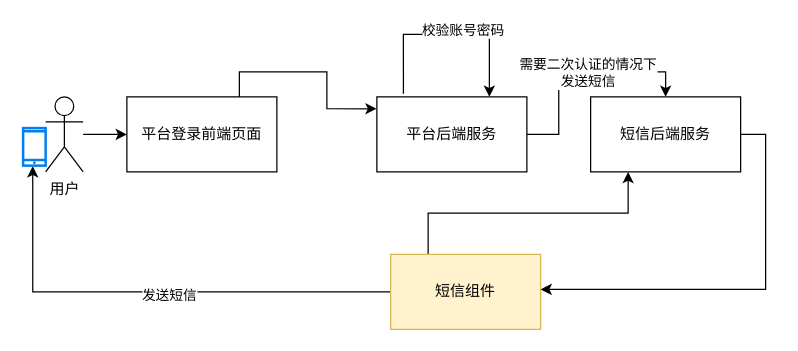
Above: page "4A" (2 of 2) of 未命名绘图.drawio in 158698706/tt4a (draw.io), before the change. Source tidied: cells renumbered, new cells numbered last; positions are measured from the earlier drawing's top-left corner, leaving out a move shared by most shapes. Both pictures are drawn from the tidied source at 125%, with x=0, y=0 at pixel (22, 34).
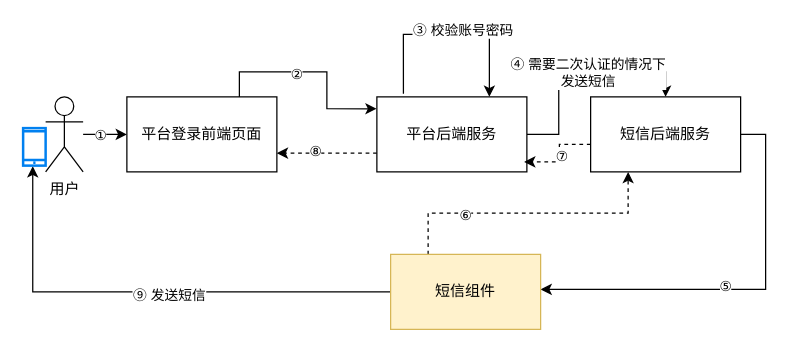
The same page after the edit.

Commit message:
更新未命名绘图.drawio

Unchanged cells that the change refers to:
```xml
<mxCell id="2" style="edgeStyle=orthogonalEdgeStyle;rounded=0;jettySize=auto;html=1;" parent="1" edge="1" source="3" target="5">
  <mxGeometry relative="1" as="geometry" />
</mxCell>
<mxCell id="4" style="edgeStyle=orthogonalEdgeStyle;rounded=0;jettySize=auto;html=1;exitX=0.75;exitY=0;exitDx=0;exitDy=0;entryX=-0.002;entryY=0.159;entryDx=0;entryDy=0;entryPerimeter=0;" parent="1" edge="1" source="5" target="8">
  <mxGeometry relative="1" as="geometry" />
</mxCell>
<mxCell id="5" value="平台登录前端页面" style="whiteSpace=wrap;html=1;verticalAlign=middle;" parent="1" vertex="1">
  <mxGeometry x="83" y="50" width="120" height="60" as="geometry" />
</mxCell>
<mxCell id="6" style="edgeStyle=orthogonalEdgeStyle;rounded=0;jettySize=auto;html=1;entryX=0.5;entryY=0;entryDx=0;entryDy=0;exitX=1;exitY=0.5;exitDx=0;exitDy=0;" parent="1" edge="1" source="8" target="10">
  <mxGeometry relative="1" as="geometry" />
</mxCell>
<mxCell id="8" value="平台后端服务" style="whiteSpace=wrap;html=1;verticalAlign=middle;" parent="1" vertex="1">
  <mxGeometry x="283" y="50" width="120" height="60" as="geometry" />
</mxCell>
<mxCell id="9" style="edgeStyle=orthogonalEdgeStyle;rounded=0;jettySize=auto;html=1;exitX=1;exitY=0.5;exitDx=0;exitDy=0;" parent="1" edge="1" source="10" target="16">
  <mxGeometry relative="1" as="geometry">
    <Array as="points">
      <mxPoint x="594" y="80" />
      <mxPoint x="594" y="204" />
    </Array>
  </mxGeometry>
</mxCell>
<mxCell id="10" value="短信后端服务" style="whiteSpace=wrap;html=1;" parent="1" vertex="1">
  <mxGeometry x="454" y="50" width="120" height="60" as="geometry" />
</mxCell>
<mxCell id="11" style="edgeStyle=orthogonalEdgeStyle;rounded=0;orthogonalLoop=1;jettySize=auto;html=1;entryX=0.75;entryY=0;entryDx=0;entryDy=0;exitX=0.177;exitY=-0.043;exitDx=0;exitDy=0;exitPerimeter=0;" parent="1" edge="1" source="8" target="8">
  <mxGeometry relative="1" as="geometry">
    <Array as="points">
      <mxPoint x="304" />
      <mxPoint x="373" />
    </Array>
  </mxGeometry>
</mxCell>
<mxCell id="14" style="edgeStyle=orthogonalEdgeStyle;rounded=0;jettySize=auto;html=1;exitX=0;exitY=0.5;exitDx=0;exitDy=0;entryX=0.427;entryY=1.016;entryDx=0;entryDy=0;entryPerimeter=0;" parent="1" edge="1" source="16" target="17">
  <mxGeometry relative="1" as="geometry" />
</mxCell>
<mxCell id="16" value="短信组件" style="whiteSpace=wrap;html=1;labelBackgroundColor=none;fillColor=#fff2cc;strokeColor=#d6b656;" parent="1" vertex="1">
  <mxGeometry x="294" y="176" width="120" height="60" as="geometry" />
</mxCell>
```

Diff of the diagram source:
```diff
@@
+    <mxCell id="18" value="①" style="edgeLabel;html=1;align=center;verticalAlign=middle;" parent="2" vertex="1">
+      <mxGeometry x="-0.43" relative="1" as="geometry" />
+    </mxCell>
@@
+    <mxCell id="19" value="②" style="edgeLabel;html=1;align=center;verticalAlign=middle;" parent="4" vertex="1">
+      <mxGeometry x="-0.18" y="-1" relative="1" as="geometry" />
+    </mxCell>
@@
-    <mxCell id="7" value="需要二次认证的情况下&lt;div&gt;发送短信&lt;/div&gt;" style="edgeLabel;html=1;align=center;verticalAlign=middle;" parent="6" vertex="1">
+    <mxCell id="7" value="④ 需要二次认证的情况下&lt;div&gt;发送短信&lt;/div&gt;" style="edgeLabel;html=1;align=center;verticalAlign=middle;" parent="6" vertex="1">
       <mxGeometry x="0.08" relative="1" as="geometry" />
     </mxCell>
+    <mxCell id="20" style="edgeStyle=orthogonalEdgeStyle;rounded=0;jettySize=auto;html=1;entryX=1;entryY=0.75;entryDx=0;entryDy=0;dashed=1;" parent="1" edge="1" source="8" target="5">
+      <mxGeometry relative="1" as="geometry">
+        <Array as="points">
+          <mxPoint x="261" y="95" />
+          <mxPoint x="261" y="95" />
+        </Array>
+      </mxGeometry>
+    </mxCell>
+    <mxCell id="21" value="⑧" style="edgeLabel;html=1;align=center;verticalAlign=middle;" parent="20" vertex="1">
+      <mxGeometry x="0.24" y="-2" relative="1" as="geometry" />
+    </mxCell>
@@
+    <mxCell id="22" value="⑤" style="edgeLabel;html=1;align=center;verticalAlign=middle;" parent="9" vertex="1">
+      <mxGeometry x="0.09" y="-3" relative="1" as="geometry" />
+    </mxCell>
@@
-    <mxCell id="12" value="校验账号密码" style="edgeLabel;html=1;align=center;verticalAlign=middle;" parent="11" vertex="1">
+    <mxCell id="12" value="③ 校验账号密码" style="edgeLabel;html=1;align=center;verticalAlign=middle;" parent="11" vertex="1">
       <mxGeometry x="-0.01" y="1" relative="1" as="geometry">
         <mxPoint x="13" y="-3" as="offset" />
       </mxGeometry>
     </mxCell>
-    <mxCell id="13" style="edgeStyle=orthogonalEdgeStyle;rounded=0;jettySize=auto;html=1;exitX=0.25;exitY=0;exitDx=0;exitDy=0;entryX=0.25;entryY=1;entryDx=0;entryDy=0;" parent="1" edge="1" source="16" target="10">
+    <mxCell id="13" style="edgeStyle=orthogonalEdgeStyle;rounded=0;jettySize=auto;html=1;exitX=0.25;exitY=0;exitDx=0;exitDy=0;entryX=0.25;entryY=1;entryDx=0;entryDy=0;dashed=1;" parent="1" edge="1" source="16" target="10">
       <mxGeometry relative="1" as="geometry" />
     </mxCell>
+    <mxCell id="23" value="⑥" style="edgeLabel;html=1;align=center;verticalAlign=middle;" parent="13" vertex="1">
+      <mxGeometry x="-0.45" y="-1" relative="1" as="geometry" />
+    </mxCell>
@@
-    <mxCell id="15" value="发送短信" style="edgeLabel;html=1;align=center;verticalAlign=middle;" parent="14" vertex="1">
+    <mxCell id="15" value="⑨ 发送短信" style="edgeLabel;html=1;align=center;verticalAlign=middle;" parent="14" vertex="1">
       <mxGeometry x="-0.08" y="2" relative="1" as="geometry" />
     </mxCell>
@@
+    <mxCell id="24" style="edgeStyle=orthogonalEdgeStyle;rounded=0;jettySize=auto;html=1;entryX=0.982;entryY=0.867;entryDx=0;entryDy=0;entryPerimeter=0;dashed=1;" parent="1" edge="1" source="10" target="8">
+      <mxGeometry relative="1" as="geometry">
+        <Array as="points">
+          <mxPoint x="429" y="88" />
+          <mxPoint x="429" y="102" />
+        </Array>
+      </mxGeometry>
+    </mxCell>
+    <mxCell id="25" value="⑦" style="edgeLabel;html=1;align=center;verticalAlign=middle;" parent="24" vertex="1">
+      <mxGeometry x="0.01" y="1" relative="1" as="geometry" />
+    </mxCell>
```
